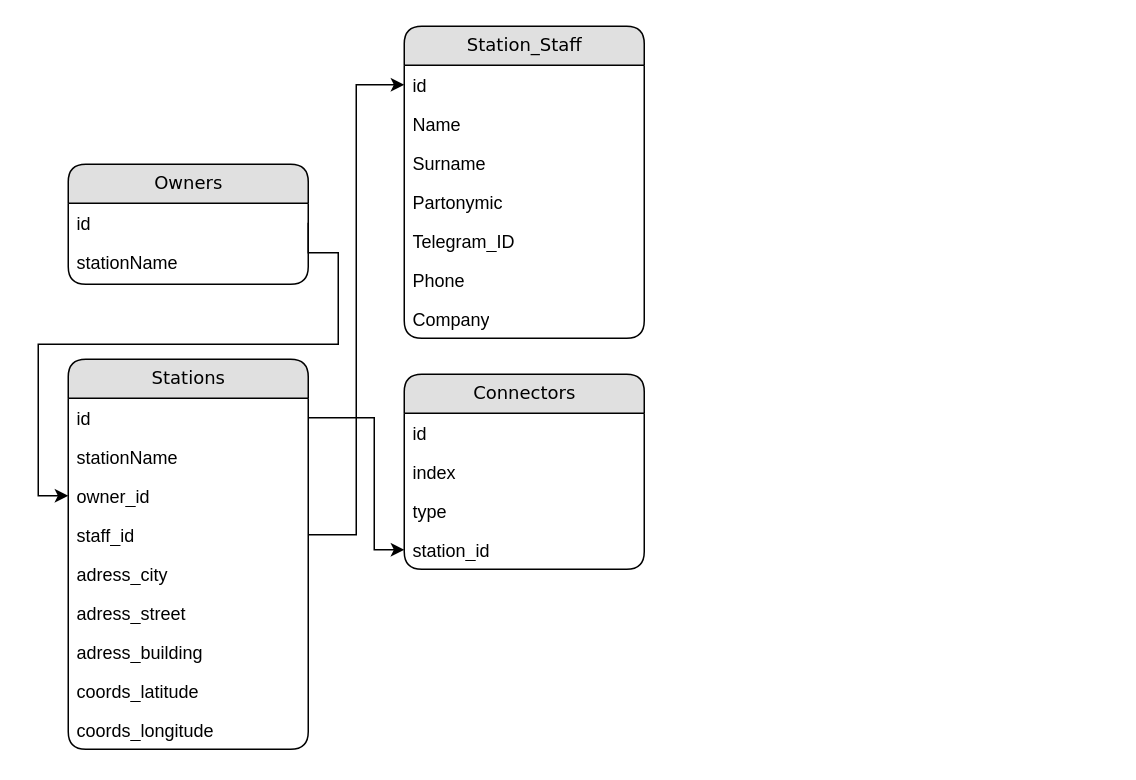
Before: Диаграмма без названия.drawio in ilnurkaa2019/st_auth_test, a draw.io diagram. Source tidied: cells renumbered, new cells numbered last; positions are measured from the earlier drawing's top-left corner, leaving out a move shared by most shapes. Both pictures are drawn from the tidied source at 150%, with x=0, y=0 at pixel (38, 26).
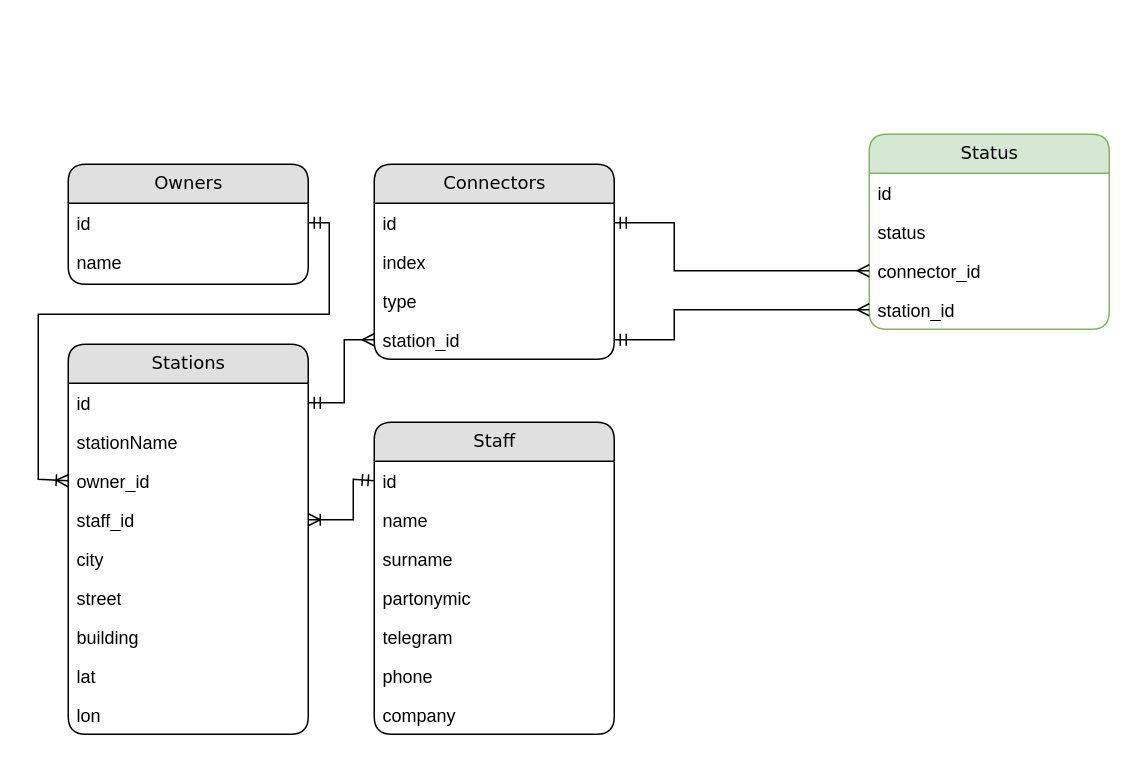
The same diagram, later.

Commit message:
Изменил связи, добавил табличку со статусом

Unchanged cells that the change refers to:
```xml
<mxCell id="3" value="id" style="text;html=1;strokeColor=none;fillColor=none;spacingLeft=4;spacingRight=4;whiteSpace=wrap;overflow=hidden;points=[[0,0.5],[1,0.5]];portConstraint=eastwest;" parent="2" vertex="1">
  <mxGeometry y="26" width="160" height="26" as="geometry" />
</mxCell>
<mxCell id="6" value="station_id" style="text;html=1;strokeColor=none;fillColor=none;spacingLeft=4;spacingRight=4;whiteSpace=wrap;overflow=hidden;points=[[0,0.5],[1,0.5]];portConstraint=eastwest;" parent="2" vertex="1">
  <mxGeometry y="104" width="160" height="26" as="geometry" />
</mxCell>
<mxCell id="8" value="id" style="text;html=1;strokeColor=none;fillColor=none;spacingLeft=4;spacingRight=4;whiteSpace=wrap;overflow=hidden;points=[[0,0.5],[1,0.5]];portConstraint=eastwest;" parent="7" vertex="1">
  <mxGeometry y="26" width="160" height="26" as="geometry" />
</mxCell>
<mxCell id="10" value="owner_id" style="text;html=1;strokeColor=none;fillColor=none;spacingLeft=4;spacingRight=4;whiteSpace=wrap;overflow=hidden;points=[[0,0.5],[1,0.5]];portConstraint=eastwest;" parent="7" vertex="1">
  <mxGeometry y="78" width="160" height="26" as="geometry" />
</mxCell>
<mxCell id="11" value="staff_id" style="text;html=1;strokeColor=none;fillColor=none;spacingLeft=4;spacingRight=4;whiteSpace=wrap;overflow=hidden;points=[[0,0.5],[1,0.5]];portConstraint=eastwest;" parent="7" vertex="1">
  <mxGeometry y="104" width="160" height="26" as="geometry" />
</mxCell>
<mxCell id="18" value="Owners" style="swimlane;html=1;fontStyle=0;horizontal=1;startSize=26;fillColor=#e0e0e0;swimlaneFillColor=#ffffff;align=center;rounded=1;shadow=0;comic=0;labelBackgroundColor=none;strokeWidth=1;fontFamily=Verdana;fontSize=12;" parent="1" vertex="1">
  <mxGeometry x="20" y="92" width="160" height="80" as="geometry" />
</mxCell>
<mxCell id="19" value="id" style="text;html=1;strokeColor=none;fillColor=none;spacingLeft=4;spacingRight=4;whiteSpace=wrap;overflow=hidden;points=[[0,0.5],[1,0.5]];portConstraint=eastwest;" parent="18" vertex="1">
  <mxGeometry y="26" width="160" height="26" as="geometry" />
</mxCell>
<mxCell id="23" value="id" style="text;html=1;strokeColor=none;fillColor=none;spacingLeft=4;spacingRight=4;whiteSpace=wrap;overflow=hidden;points=[[0,0.5],[1,0.5]];portConstraint=eastwest;" parent="22" vertex="1">
  <mxGeometry y="26" width="160" height="26" as="geometry" />
</mxCell>
```

Diff of the diagram source:
```diff
@@
     <mxCell id="2" value="Connectors" style="swimlane;html=1;fontStyle=0;horizontal=1;startSize=26;fillColor=#e0e0e0;swimlaneFillColor=#ffffff;align=center;rounded=1;shadow=0;comic=0;labelBackgroundColor=none;strokeWidth=1;fontFamily=Verdana;fontSize=12;" parent="1" vertex="1">
-      <mxGeometry x="244" y="232" width="160" height="130" as="geometry" />
+      <mxGeometry x="224" y="92" width="160" height="130" as="geometry" />
     </mxCell>
@@
     <mxCell id="7" value="Stations" style="swimlane;html=1;fontStyle=0;horizontal=1;startSize=26;fillColor=#e0e0e0;swimlaneFillColor=#ffffff;align=center;rounded=1;shadow=0;comic=0;labelBackgroundColor=none;strokeWidth=1;fontFamily=Verdana;fontSize=12;" parent="1" vertex="1">
-      <mxGeometry x="20" y="222" width="160" height="260" as="geometry" />
+      <mxGeometry x="20" y="212" width="160" height="260" as="geometry" />
     </mxCell>
@@
-    <mxCell id="12" value="adress_city" style="text;html=1;strokeColor=none;fillColor=none;spacingLeft=4;spacingRight=4;whiteSpace=wrap;overflow=hidden;" parent="7" vertex="1">
+    <mxCell id="12" value="city" style="text;html=1;strokeColor=none;fillColor=none;spacingLeft=4;spacingRight=4;whiteSpace=wrap;overflow=hidden;" parent="7" vertex="1">
       <mxGeometry y="130" width="160" height="26" as="geometry" />
     </mxCell>
-    <mxCell id="13" value="adress_street" style="text;html=1;strokeColor=none;fillColor=none;spacingLeft=4;spacingRight=4;whiteSpace=wrap;overflow=hidden;" parent="7" vertex="1">
+    <mxCell id="13" value="street" style="text;html=1;strokeColor=none;fillColor=none;spacingLeft=4;spacingRight=4;whiteSpace=wrap;overflow=hidden;" parent="7" vertex="1">
       <mxGeometry y="156" width="160" height="26" as="geometry" />
     </mxCell>
-    <mxCell id="14" value="adress_building" style="text;html=1;strokeColor=none;fillColor=none;spacingLeft=4;spacingRight=4;whiteSpace=wrap;overflow=hidden;" parent="7" vertex="1">
+    <mxCell id="14" value="building" style="text;html=1;strokeColor=none;fillColor=none;spacingLeft=4;spacingRight=4;whiteSpace=wrap;overflow=hidden;" parent="7" vertex="1">
       <mxGeometry y="182" width="160" height="26" as="geometry" />
     </mxCell>
-    <mxCell id="15" value="coords_latitude" style="text;html=1;strokeColor=none;fillColor=none;spacingLeft=4;spacingRight=4;whiteSpace=wrap;overflow=hidden;" parent="7" vertex="1">
+    <mxCell id="15" value="lat" style="text;html=1;strokeColor=none;fillColor=none;spacingLeft=4;spacingRight=4;whiteSpace=wrap;overflow=hidden;" parent="7" vertex="1">
       <mxGeometry y="208" width="160" height="26" as="geometry" />
     </mxCell>
-    <mxCell id="16" value="coords_longitude" style="text;html=1;strokeColor=none;fillColor=none;spacingLeft=4;spacingRight=4;whiteSpace=wrap;overflow=hidden;" parent="7" vertex="1">
+    <mxCell id="16" value="lon" style="text;html=1;strokeColor=none;fillColor=none;spacingLeft=4;spacingRight=4;whiteSpace=wrap;overflow=hidden;" parent="7" vertex="1">
       <mxGeometry y="234" width="160" height="26" as="geometry" />
     </mxCell>
-    <mxCell id="17" style="edgeStyle=orthogonalEdgeStyle;rounded=0;jettySize=auto;html=1;exitX=1;exitY=0.5;exitDx=0;exitDy=0;entryX=0;entryY=0.5;entryDx=0;entryDy=0;" parent="1" edge="1" source="8" target="6">
+    <mxCell id="17" style="edgeStyle=orthogonalEdgeStyle;rounded=0;jettySize=auto;html=1;exitX=1;exitY=0.5;exitDx=0;exitDy=0;entryX=0;entryY=0.5;entryDx=0;entryDy=0;startArrow=ERmandOne;startFill=0;endArrow=ERmany;endFill=0;" parent="1" edge="1" source="8" target="6">
       <mxGeometry relative="1" as="geometry">
         <Array as="points">
-          <mxPoint x="224" y="261" />
-          <mxPoint x="224" y="349" />
+          <mxPoint x="204" y="251" />
+          <mxPoint x="204" y="209" />
         </Array>
       </mxGeometry>
     </mxCell>
@@
-    <mxCell id="20" value="stationName" style="text;html=1;strokeColor=none;fillColor=none;spacingLeft=4;spacingRight=4;whiteSpace=wrap;overflow=hidden;" parent="18" vertex="1">
+    <mxCell id="20" value="name" style="text;html=1;strokeColor=none;fillColor=none;spacingLeft=4;spacingRight=4;whiteSpace=wrap;overflow=hidden;" parent="18" vertex="1">
       <mxGeometry y="52" width="160" height="26" as="geometry" />
     </mxCell>
-    <mxCell id="21" style="edgeStyle=orthogonalEdgeStyle;rounded=0;jettySize=auto;html=1;exitX=1;exitY=0.5;exitDx=0;exitDy=0;entryX=0;entryY=0.5;entryDx=0;entryDy=0;" parent="1" edge="1" source="19" target="10">
+    <mxCell id="21" style="edgeStyle=orthogonalEdgeStyle;rounded=0;jettySize=auto;html=1;exitX=1;exitY=0.5;exitDx=0;exitDy=0;entryX=0;entryY=0.5;entryDx=0;entryDy=0;startArrow=ERmandOne;startFill=0;endArrow=ERoneToMany;endFill=0;" parent="1" edge="1" source="19" target="10">
       <mxGeometry relative="1" as="geometry">
         <Array as="points">
-          <mxPoint x="200" y="151" />
-          <mxPoint x="200" y="212" />
-          <mxPoint y="212" />
-          <mxPoint y="313" />
+          <mxPoint x="194" y="131" />
+          <mxPoint x="194" y="192" />
+          <mxPoint y="192" />
+          <mxPoint y="302" />
         </Array>
       </mxGeometry>
     </mxCell>
-    <mxCell id="22" value="Station_Staff" style="swimlane;html=1;fontStyle=0;horizontal=1;startSize=26;fillColor=#e0e0e0;swimlaneFillColor=#ffffff;align=center;rounded=1;shadow=0;comic=0;labelBackgroundColor=none;strokeWidth=1;fontFamily=Verdana;fontSize=12;" parent="1" vertex="1">
-      <mxGeometry x="244" width="160" height="208" as="geometry" />
+    <mxCell id="22" value="Staff" style="swimlane;html=1;fontStyle=0;horizontal=1;startSize=26;fillColor=#e0e0e0;swimlaneFillColor=#ffffff;align=center;rounded=1;shadow=0;comic=0;labelBackgroundColor=none;strokeWidth=1;fontFamily=Verdana;fontSize=12;" parent="1" vertex="1">
+      <mxGeometry x="224" y="264" width="160" height="208" as="geometry" />
     </mxCell>
@@
-    <mxCell id="24" value="Name" style="text;html=1;strokeColor=none;fillColor=none;spacingLeft=4;spacingRight=4;whiteSpace=wrap;overflow=hidden;" parent="22" vertex="1">
+    <mxCell id="24" value="name" style="text;html=1;strokeColor=none;fillColor=none;spacingLeft=4;spacingRight=4;whiteSpace=wrap;overflow=hidden;" parent="22" vertex="1">
       <mxGeometry y="52" width="160" height="26" as="geometry" />
     </mxCell>
-    <mxCell id="25" value="Surname" style="text;html=1;strokeColor=none;fillColor=none;spacingLeft=4;spacingRight=4;whiteSpace=wrap;overflow=hidden;" parent="22" vertex="1">
+    <mxCell id="25" value="surname" style="text;html=1;strokeColor=none;fillColor=none;spacingLeft=4;spacingRight=4;whiteSpace=wrap;overflow=hidden;" parent="22" vertex="1">
       <mxGeometry y="78" width="160" height="26" as="geometry" />
     </mxCell>
-    <mxCell id="26" value="Partonymic" style="text;html=1;strokeColor=none;fillColor=none;spacingLeft=4;spacingRight=4;whiteSpace=wrap;overflow=hidden;" parent="22" vertex="1">
+    <mxCell id="26" value="partonymic" style="text;html=1;strokeColor=none;fillColor=none;spacingLeft=4;spacingRight=4;whiteSpace=wrap;overflow=hidden;" parent="22" vertex="1">
       <mxGeometry y="104" width="160" height="26" as="geometry" />
     </mxCell>
-    <mxCell id="27" value="Telegram_ID" style="text;html=1;strokeColor=none;fillColor=none;spacingLeft=4;spacingRight=4;whiteSpace=wrap;overflow=hidden;" parent="22" vertex="1">
+    <mxCell id="27" value="telegram" style="text;html=1;strokeColor=none;fillColor=none;spacingLeft=4;spacingRight=4;whiteSpace=wrap;overflow=hidden;" parent="22" vertex="1">
       <mxGeometry y="130" width="160" height="26" as="geometry" />
     </mxCell>
-    <mxCell id="28" value="Phone" style="text;html=1;strokeColor=none;fillColor=none;spacingLeft=4;spacingRight=4;whiteSpace=wrap;overflow=hidden;" parent="22" vertex="1">
+    <mxCell id="28" value="phone" style="text;html=1;strokeColor=none;fillColor=none;spacingLeft=4;spacingRight=4;whiteSpace=wrap;overflow=hidden;" parent="22" vertex="1">
       <mxGeometry y="156" width="160" height="26" as="geometry" />
     </mxCell>
-    <mxCell id="29" value="Company" style="text;html=1;strokeColor=none;fillColor=none;spacingLeft=4;spacingRight=4;whiteSpace=wrap;overflow=hidden;" parent="22" vertex="1">
+    <mxCell id="29" value="company" style="text;html=1;strokeColor=none;fillColor=none;spacingLeft=4;spacingRight=4;whiteSpace=wrap;overflow=hidden;" parent="22" vertex="1">
       <mxGeometry y="182" width="160" height="26" as="geometry" />
     </mxCell>
+    <mxCell id="31" value="Status" style="swimlane;html=1;fontStyle=0;horizontal=1;startSize=26;fillColor=#d5e8d4;swimlaneFillColor=#ffffff;align=center;rounded=1;shadow=0;comic=0;labelBackgroundColor=none;strokeWidth=1;fontFamily=Verdana;fontSize=12;strokeColor=#82b366;" parent="1" vertex="1">
+      <mxGeometry x="554" y="72" width="160" height="130" as="geometry" />
+    </mxCell>
+    <mxCell id="32" value="id" style="text;html=1;strokeColor=none;fillColor=none;spacingLeft=4;spacingRight=4;whiteSpace=wrap;overflow=hidden;" parent="31" vertex="1">
+      <mxGeometry y="26" width="160" height="26" as="geometry" />
+    </mxCell>
+    <mxCell id="33" value="status" style="text;html=1;strokeColor=none;fillColor=none;spacingLeft=4;spacingRight=4;whiteSpace=wrap;overflow=hidden;" parent="31" vertex="1">
+      <mxGeometry y="52" width="160" height="26" as="geometry" />
+    </mxCell>
+    <mxCell id="34" value="connector_id" style="text;html=1;strokeColor=none;fillColor=none;spacingLeft=4;spacingRight=4;whiteSpace=wrap;overflow=hidden;points=[[0,0.5],[1,0.5]];portConstraint=eastwest;" parent="31" vertex="1">
+      <mxGeometry y="78" width="160" height="26" as="geometry" />
+    </mxCell>
+    <mxCell id="35" value="station_id" style="text;html=1;strokeColor=none;fillColor=none;spacingLeft=4;spacingRight=4;whiteSpace=wrap;overflow=hidden;points=[[0,0.5],[1,0.5]];portConstraint=eastwest;" parent="31" vertex="1">
+      <mxGeometry y="104" width="160" height="26" as="geometry" />
+    </mxCell>
+    <mxCell id="36" style="edgeStyle=orthogonalEdgeStyle;rounded=0;jettySize=auto;html=1;exitX=1;exitY=0.5;exitDx=0;exitDy=0;entryX=0;entryY=0.5;entryDx=0;entryDy=0;startArrow=ERmandOne;startFill=0;endArrow=ERmany;endFill=0;" parent="1" edge="1" source="3" target="34">
+      <mxGeometry relative="1" as="geometry">
+        <Array as="points">
+          <mxPoint x="424" y="131" />
+          <mxPoint x="424" y="163" />
+        </Array>
+      </mxGeometry>
+    </mxCell>
+    <mxCell id="37" style="edgeStyle=orthogonalEdgeStyle;rounded=0;jettySize=auto;html=1;exitX=1;exitY=0.5;exitDx=0;exitDy=0;entryX=0;entryY=0.5;entryDx=0;entryDy=0;startArrow=ERmandOne;startFill=0;endArrow=ERmany;endFill=0;" parent="1" edge="1" source="6" target="35">
+      <mxGeometry relative="1" as="geometry">
+        <Array as="points">
+          <mxPoint x="424" y="209" />
+          <mxPoint x="424" y="189" />
+        </Array>
+      </mxGeometry>
+    </mxCell>
-    <mxCell id="30" style="edgeStyle=orthogonalEdgeStyle;rounded=0;jettySize=auto;html=1;exitX=1;exitY=0.5;exitDx=0;exitDy=0;entryX=0;entryY=0.5;entryDx=0;entryDy=0;" parent="1" edge="1" source="11" target="23">
-      <mxGeometry relative="1" as="geometry" />
+    <mxCell id="30" style="edgeStyle=orthogonalEdgeStyle;rounded=0;jettySize=auto;html=1;entryX=0;entryY=0.5;entryDx=0;entryDy=0;endArrow=ERmandOne;endFill=0;exitX=1;exitY=0.5;exitDx=0;exitDy=0;strokeColor=default;startArrow=ERoneToMany;startFill=0;" parent="1" edge="1" source="11" target="23">
+      <mxGeometry relative="1" as="geometry">
+        <Array as="points">
+          <mxPoint x="210" y="329" />
+          <mxPoint x="210" y="302" />
+          <mxPoint x="224" y="302" />
+        </Array>
+      </mxGeometry>
     </mxCell>
```
